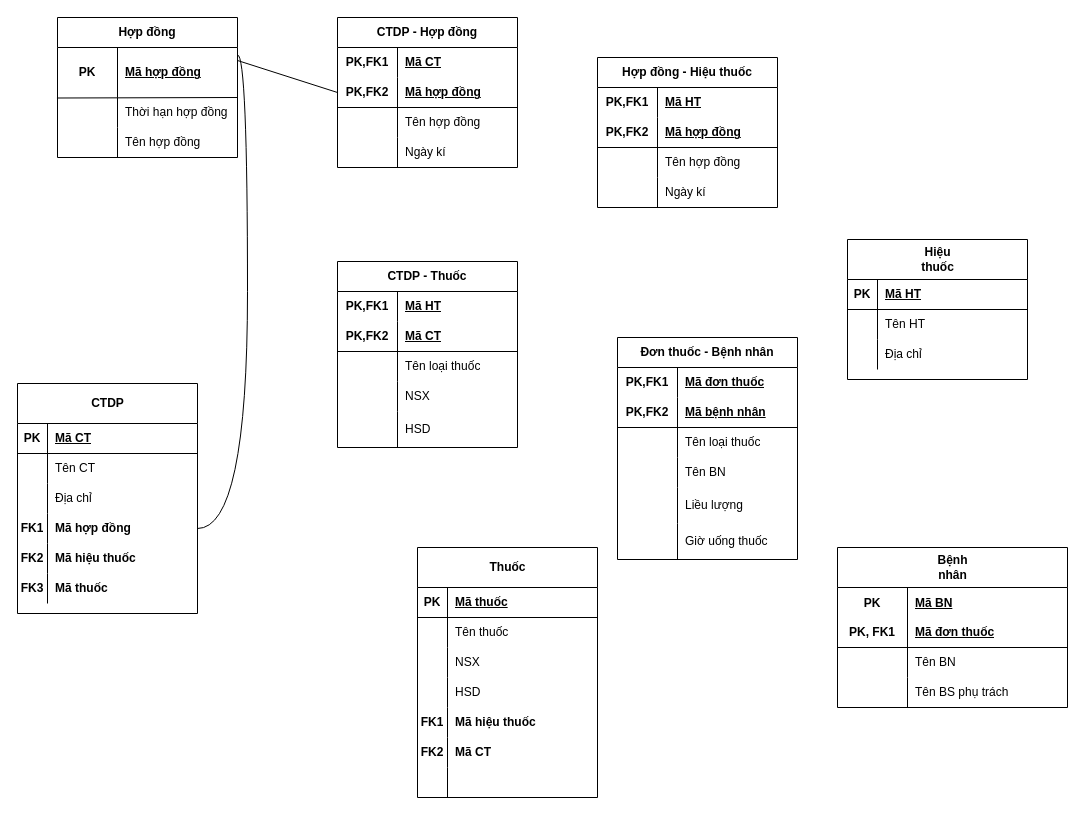
The draw.io diagram page "Trang-3" (3 of 3) of Biểu đồ không có tiêu đề.drawio in nqminh11605/hine16.github.io, before the edit. Source tidied: cells renumbered, new cells numbered last; positions are measured from the earlier drawing's top-left corner, leaving out a move shared by most shapes. Both pictures are drawn from the tidied source at 100%, with x=0, y=0 at pixel (17, 17).
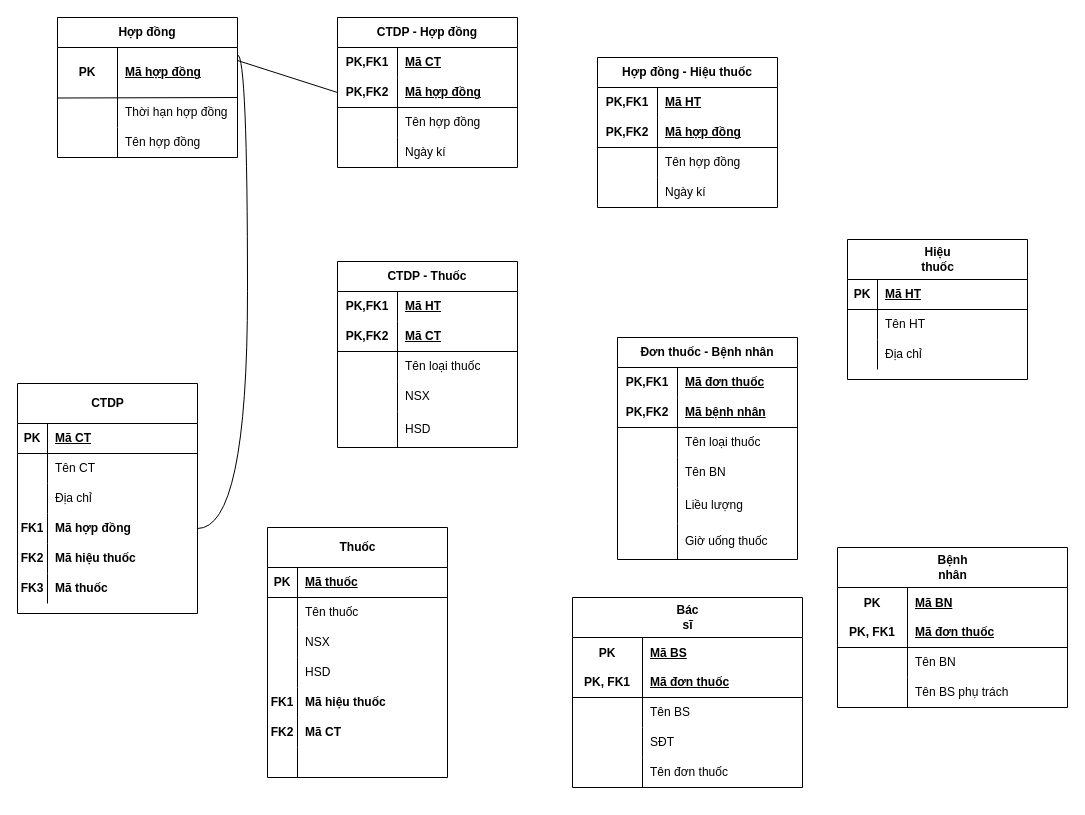
The same page after the edit.

What changed in the source:
```diff
@@
     <mxCell id="41" value="&lt;span style=&quot;text-wrap-mode: wrap;&quot;&gt;Thuốc&lt;/span&gt;" style="shape=table;startSize=40;childLayout=tableLayout;rowLines=0;fontStyle=1;align=center;html=1;" parent="1" vertex="1">
-      <mxGeometry x="400" y="530" width="180" height="250" as="geometry" />
+      <mxGeometry x="250" y="510" width="180" height="250" as="geometry" />
     </mxCell>
@@
+    <mxCell id="137" value="&lt;span style=&quot;text-wrap-mode: wrap;&quot;&gt;Bác sĩ&lt;/span&gt;" style="shape=table;startSize=40;childLayout=tableLayout;rowLines=0;fontStyle=1;align=center;html=1;" parent="1" vertex="1">
+      <mxGeometry x="555" y="580" width="230" height="190" as="geometry" />
+    </mxCell>
+    <mxCell id="138" style="shape=tableRow;horizontal=0;startSize=0;swimlaneHead=0;swimlaneBody=0;fillColor=none;top=0;left=0;right=0;bottom=1;" parent="137" vertex="1">
+      <mxGeometry y="40" width="230" height="60" as="geometry" />
+    </mxCell>
+    <mxCell id="139" value="PK&lt;div&gt;&lt;br&gt;&lt;/div&gt;&lt;div&gt;PK, FK1&lt;/div&gt;" style="shape=partialRectangle;fillColor=none;top=0;left=0;bottom=0;right=0;fontStyle=1;overflow=hidden;whiteSpace=wrap;html=1;" parent="138" vertex="1">
+      <mxGeometry width="70" height="60" as="geometry" />
+    </mxCell>
+    <mxCell id="140" value="&lt;div&gt;Mã BS&lt;/div&gt;&lt;div&gt;&lt;br&gt;&lt;/div&gt;&lt;div&gt;&lt;u style=&quot;text-align: center;&quot;&gt;Mã đơn thuốc&lt;/u&gt;&lt;/div&gt;" style="shape=partialRectangle;fillColor=none;top=0;left=0;bottom=0;right=0;align=left;spacingLeft=6;fontStyle=5;overflow=hidden;whiteSpace=wrap;html=1;" parent="138" vertex="1">
+      <mxGeometry x="70" width="160" height="60" as="geometry" />
+    </mxCell>
+    <mxCell id="141" style="shape=tableRow;horizontal=0;startSize=0;swimlaneHead=0;swimlaneBody=0;fillColor=none;top=0;left=0;right=0;bottom=0;" parent="137" vertex="1">
+      <mxGeometry y="100" width="230" height="30" as="geometry" />
+    </mxCell>
+    <mxCell id="142" style="shape=partialRectangle;fillColor=none;top=0;left=0;bottom=0;right=0;overflow=hidden;whiteSpace=wrap;html=1;" parent="141" vertex="1">
+      <mxGeometry width="70" height="30" as="geometry" />
+    </mxCell>
+    <mxCell id="143" value="&lt;div style=&quot;text-align: center;&quot;&gt;Tên BS&lt;/div&gt;" style="shape=partialRectangle;fillColor=none;top=0;left=0;bottom=0;right=0;align=left;spacingLeft=6;overflow=hidden;whiteSpace=wrap;html=1;" parent="141" vertex="1">
+      <mxGeometry x="70" width="160" height="30" as="geometry" />
+    </mxCell>
+    <mxCell id="144" style="shape=tableRow;horizontal=0;startSize=0;swimlaneHead=0;swimlaneBody=0;fillColor=none;top=0;left=0;right=0;bottom=0;" parent="137" vertex="1">
+      <mxGeometry y="130" width="230" height="30" as="geometry" />
+    </mxCell>
+    <mxCell id="145" style="shape=partialRectangle;fillColor=none;top=0;left=0;bottom=0;right=0;overflow=hidden;whiteSpace=wrap;html=1;" parent="144" vertex="1">
+      <mxGeometry width="70" height="30" as="geometry" />
+    </mxCell>
+    <mxCell id="146" value="SĐT" style="shape=partialRectangle;fillColor=none;top=0;left=0;bottom=0;right=0;align=left;spacingLeft=6;overflow=hidden;whiteSpace=wrap;html=1;" parent="144" vertex="1">
+      <mxGeometry x="70" width="160" height="30" as="geometry" />
+    </mxCell>
+    <mxCell id="147" style="shape=tableRow;horizontal=0;startSize=0;swimlaneHead=0;swimlaneBody=0;fillColor=none;top=0;left=0;right=0;bottom=0;" parent="137" vertex="1">
+      <mxGeometry y="160" width="230" height="30" as="geometry" />
+    </mxCell>
+    <mxCell id="148" style="shape=partialRectangle;fillColor=none;top=0;left=0;bottom=0;right=0;overflow=hidden;whiteSpace=wrap;html=1;" parent="147" vertex="1">
+      <mxGeometry width="70" height="30" as="geometry" />
+    </mxCell>
+    <mxCell id="149" value="Tên đơn thuốc" style="shape=partialRectangle;fillColor=none;top=0;left=0;bottom=0;right=0;align=left;spacingLeft=6;overflow=hidden;whiteSpace=wrap;html=1;" parent="147" vertex="1">
+      <mxGeometry x="70" width="160" height="30" as="geometry" />
+    </mxCell>
```
